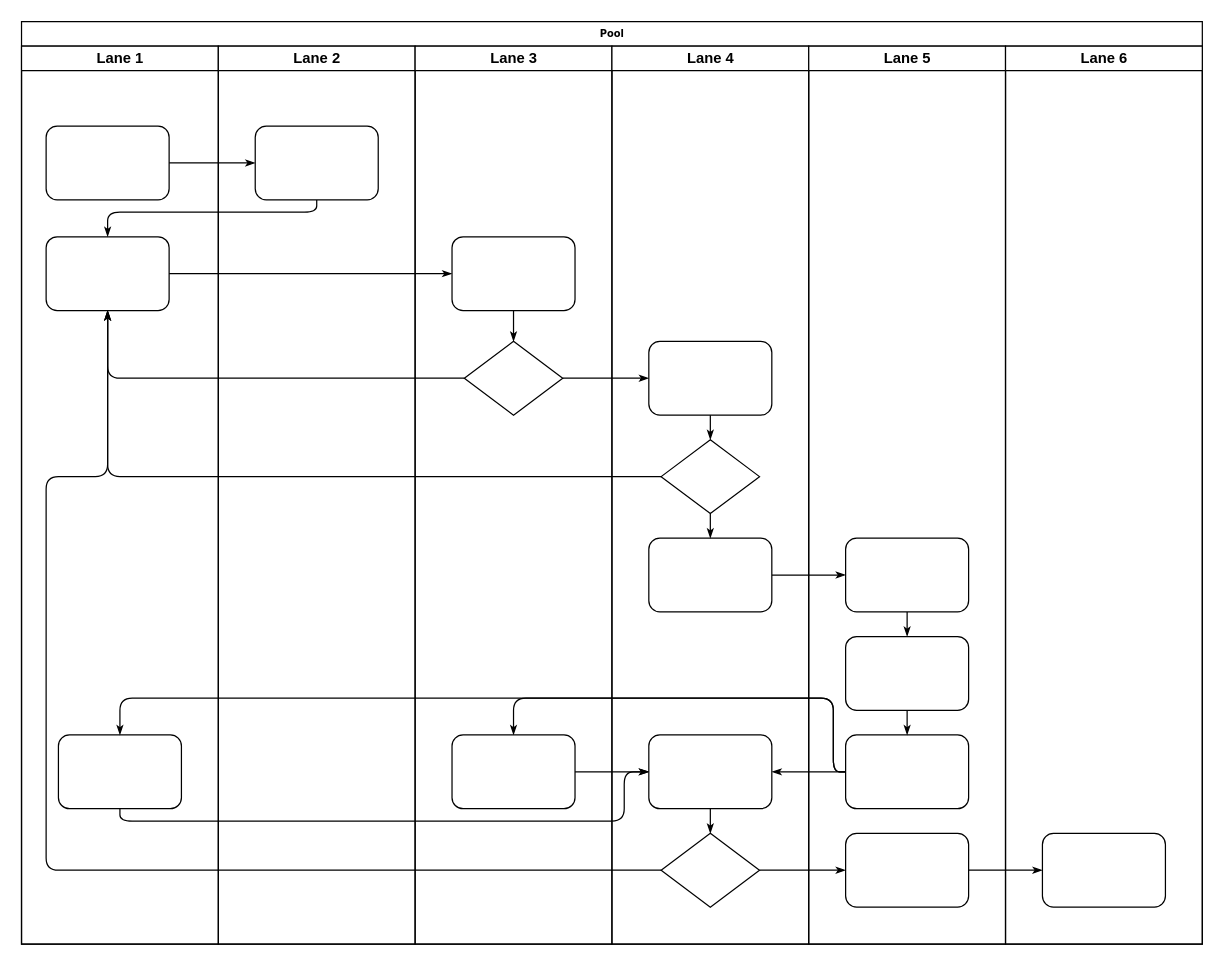
The draw.io diagram Untitled Diagram.drawio in dzhai/dzhai.github.io, before the edit. Source tidied: cells renumbered, new cells numbered last; positions are measured from the earlier drawing's top-left corner, leaving out a move shared by most shapes. Both pictures are drawn from the tidied source at 123%, with x=0, y=0 at pixel (21, 21).
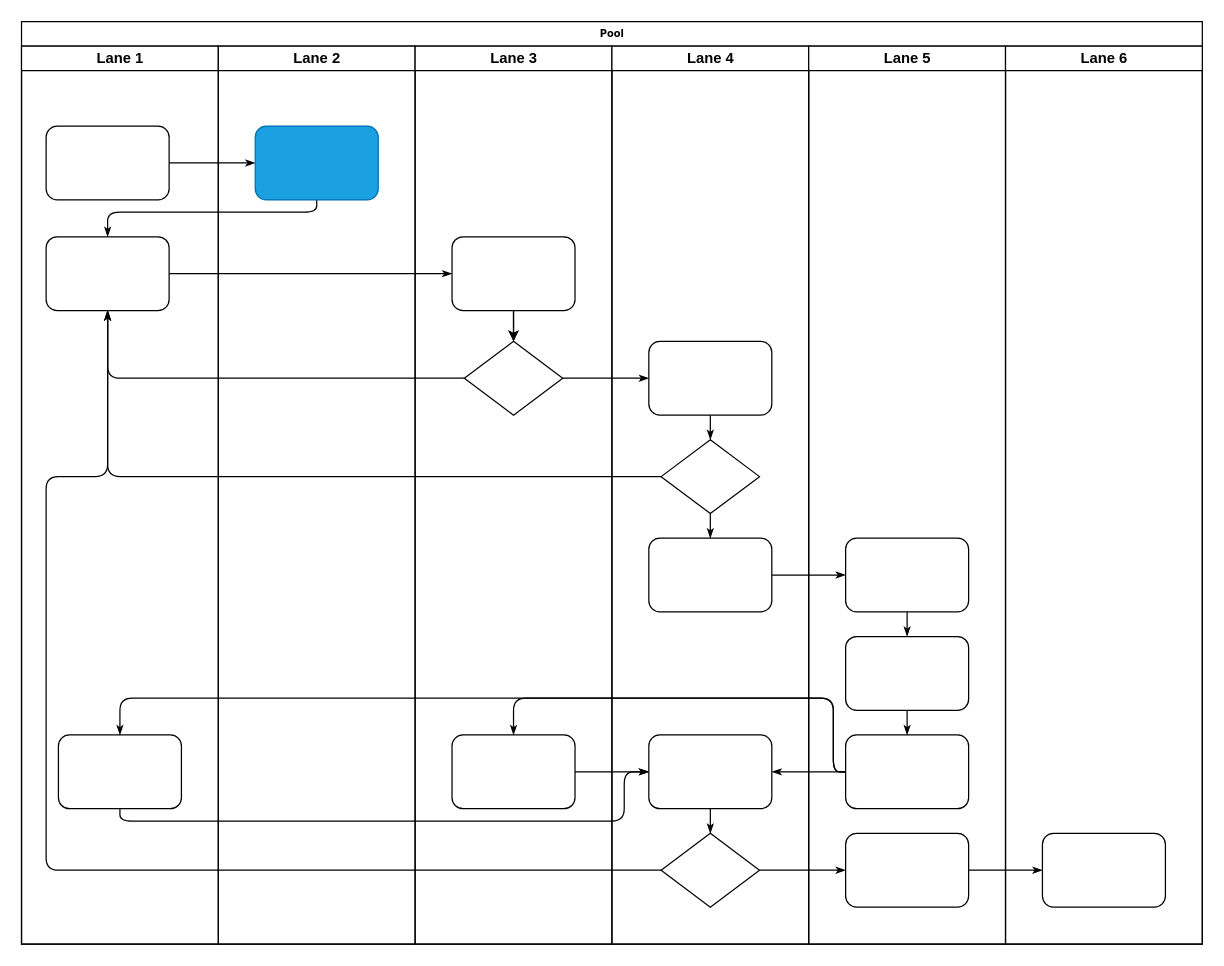
The same page after the edit.

Unchanged cells that the change refers to:
```xml
<mxCell id="22" value="Lane 2" style="swimlane;html=1;startSize=20;" parent="2" vertex="1">
  <mxGeometry x="160" y="20" width="160" height="730" as="geometry" />
</mxCell>
<mxCell id="24" value="Lane 3" style="swimlane;html=1;startSize=20;" parent="2" vertex="1">
  <mxGeometry x="320" y="20" width="160" height="730" as="geometry" />
</mxCell>
<mxCell id="25" style="rounded=1;whiteSpace=wrap;html=1;shadow=0;labelBackgroundColor=none;strokeColor=#000000;strokeWidth=1;fillColor=#ffffff;fontFamily=Verdana;fontSize=8;fontColor=#000000;align=center;" parent="24" vertex="1">
  <mxGeometry x="30" y="155" width="100" height="60" as="geometry" />
</mxCell>
<mxCell id="26" style="rhombus;whiteSpace=wrap;html=1;rounded=0;shadow=0;labelBackgroundColor=none;strokeColor=#000000;strokeWidth=1;fillColor=#ffffff;fontFamily=Verdana;fontSize=8;fontColor=#000000;align=center;" parent="24" vertex="1">
  <mxGeometry x="40" y="240" width="80" height="60" as="geometry" />
</mxCell>
```

What changed in the source:
```diff
@@
-    <mxCell id="23" style="rounded=1;whiteSpace=wrap;html=1;shadow=0;labelBackgroundColor=none;strokeColor=#000000;strokeWidth=1;fillColor=#ffffff;fontFamily=Verdana;fontSize=8;fontColor=#000000;align=center;" parent="22" vertex="1">
+    <mxCell id="23" style="rounded=1;whiteSpace=wrap;html=1;shadow=0;labelBackgroundColor=none;strokeColor=#006EAF;strokeWidth=1;fillColor=#1ba1e2;fontFamily=Verdana;fontSize=8;align=center;fontColor=#ffffff;" parent="22" vertex="1">
       <mxGeometry x="30" y="65" width="100" height="60" as="geometry" />
     </mxCell>
@@
+    <mxCell id="47" style="edgeStyle=orthogonalEdgeStyle;rounded=0;jettySize=auto;html=1;" parent="24" edge="1" source="25" target="26">
+      <mxGeometry relative="1" as="geometry" />
+    </mxCell>
```
